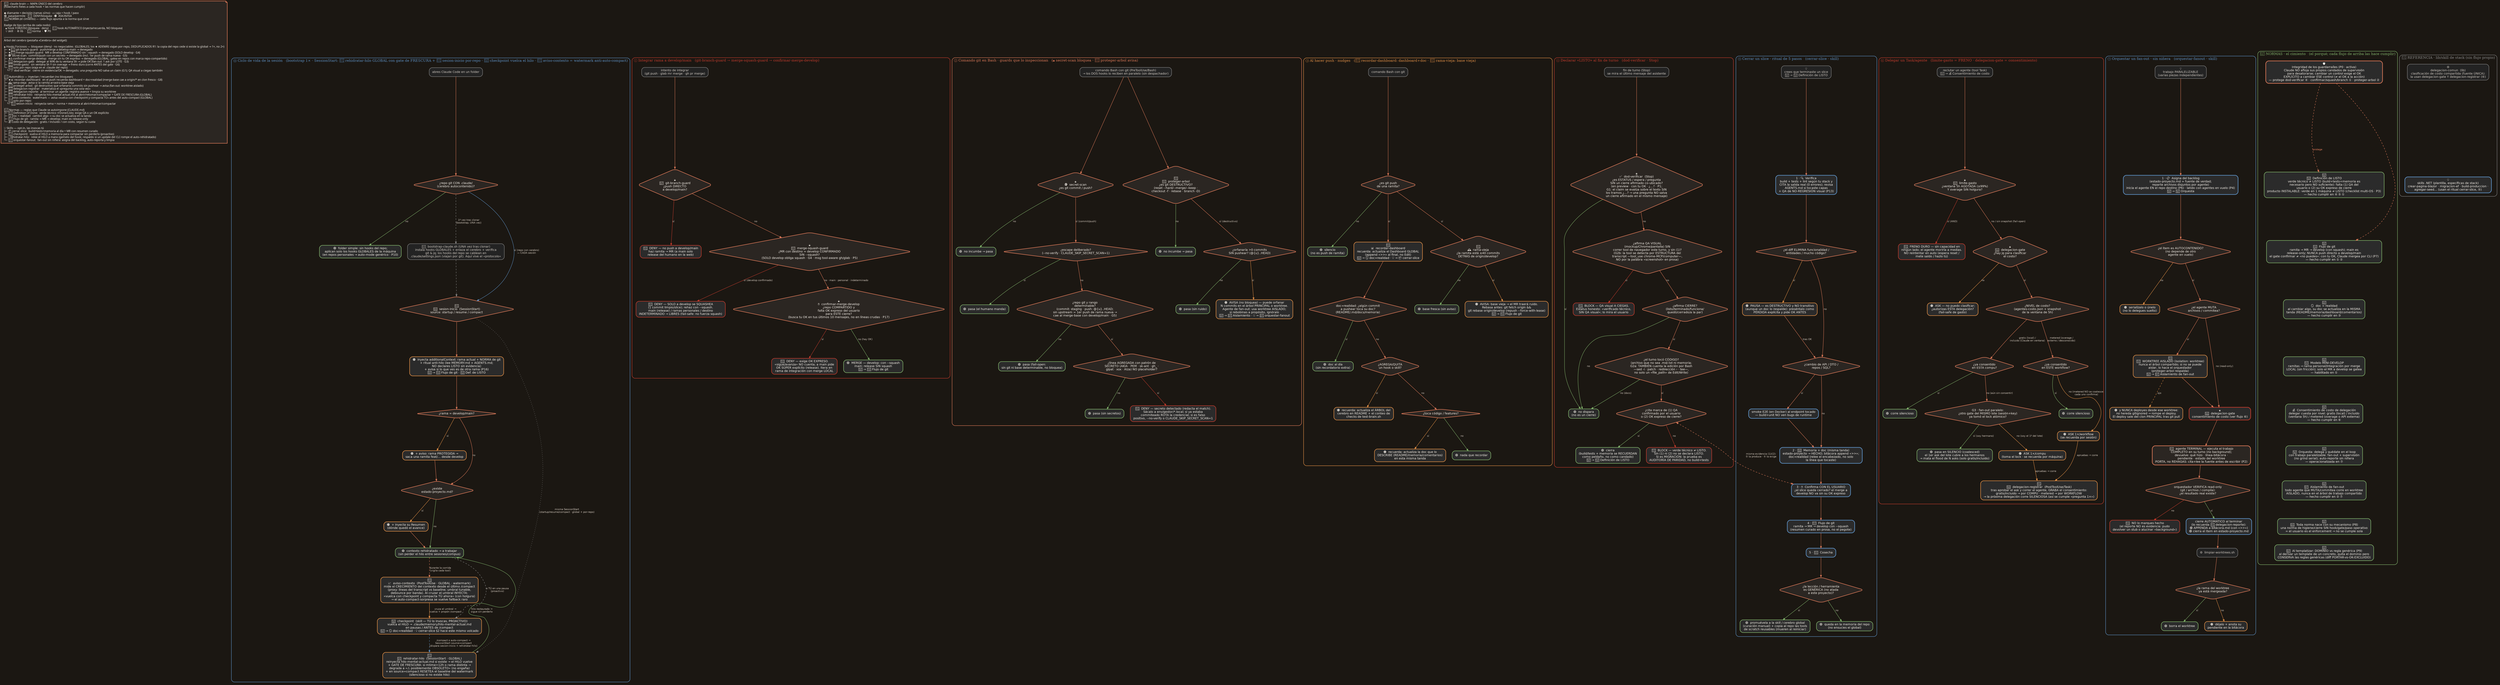
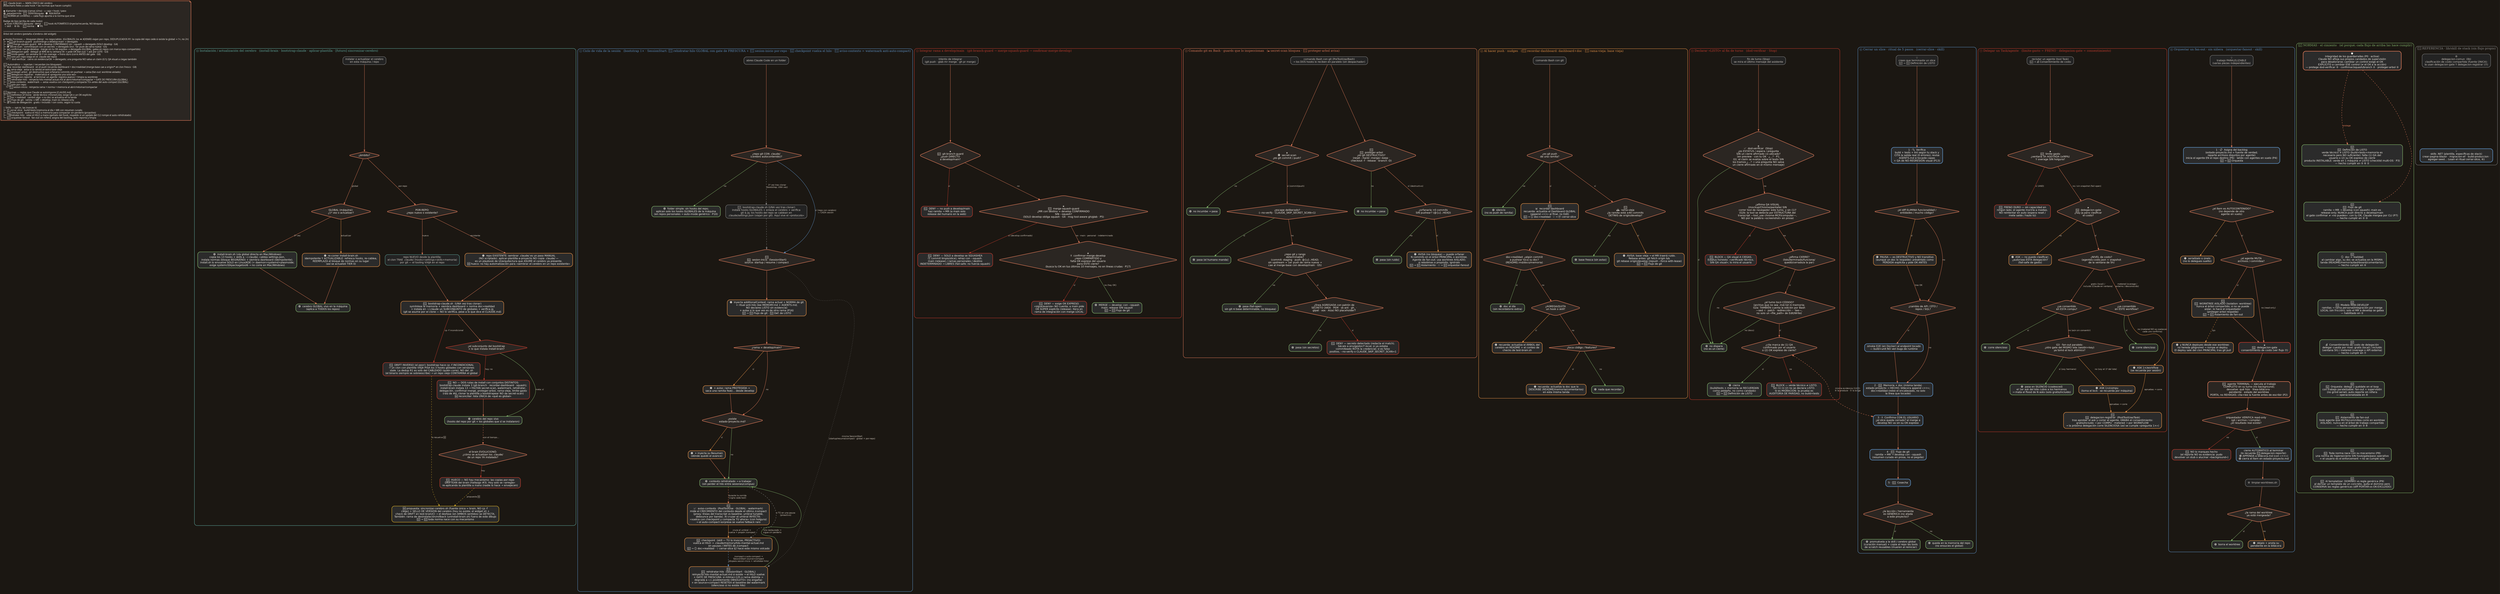
// Mapa del cerebro claude-brain — MAPA ÚNICO (fuente de verdad; el .graphml de yEd se genera de aquí).
- // Contiene TODO: los flowcharts de decisión (⓪–⑦, fieles a la lógica real de cada hook leída del .sh)
+ // Contiene TODO: los flowcharts de decisión (⓪–⑧, fieles a la lógica real de cada hook leída del .sh)
// + las NORMAS que hacen cumplir (el cimiento) + la referencia de lib/skill de stack.
// diamante = decisión con ramas sí/no · caja = hook/paso · 🟢 pasa · 🔴 DENY · 🟠 ASK/AVISA · 📜 norma.
- // Familias: sesión (⓪) · git (①②③) · «terminado» (④⑤) · delegación (⑥⑦).
+ // Familias: instalación (⓪) · sesión (①) · git (②③④) · «terminado» (⑤⑥) · delegación (⑦⑧).
// El ancho del render de Graphviz NO importa: en yEd se acomoda POR FLUJO (no en una tira).
// Lenguaje visual del README/widget.  Render: dot -Tpng docs/mapa-flujos.dot -o docs/mapa-flujos.png
digraph flujos {
  rankdir=TB;
  bgcolor="#1B1712";
  compound=true;
  nodesep=0.35;
  ranksep=0.55;
  splines=true;
  node [shape=box style="rounded,filled" fillcolor="#2B2B2B" fontcolor="#F2EDE6"
        fontname="Helvetica" fontsize=12 margin="0.16,0.09" penwidth=2];
  edge [color="#D97757" fontcolor="#C9BFB4" fontname="Helvetica" fontsize=10 penwidth=1.3 arrowsize=0.8];

  LEG [shape=note fillcolor="#2B2622" color="#D97757" penwidth=2 fontcolor="#F2EDE6" fontname="Menlo" fontsize=11
       label="🧠  claude-brain — MAPA ÚNICO del cerebro\l(flowcharts fieles a cada hook + las normas que hacen cumplir)\l\l◆ diamante = decisión (ramas sí/no) · ▭ caja = hook / paso\l🟢  pasa/permite · 🔴  DENY/bloquea · 🟠  ASK/AVISA\l📜 NORMA (el cimiento) — cada flujo apunta a la norma que sirve\l\lBadge de tipo (arriba de cada nodo):\l  🔒 hook FORZOSO (bloquea · deny)  ·  🔔 hook AUTOMÁTICO (inyecta/recuerda, NO bloquea)\l  💡 skill  ·  ⚙ lib  ·  📜 norma  ·  🛡 P0\l\l────────────────────────────────────────────────────────\lÁrbol del cerebro (pestaña «Cerebro» del widget):\l\l🔒 Hooks Forzosos — bloquean (deny) · no negociables  (GLOBALES; los ★ ADEMÁS viajan por-repo, DEDUPLICADOS R1: la copia del repo cede si existe la global → 1×, no 2×)\l├─ ★🚧 git-branch-guard:  push/merge a develop·main → denegado\l├─ ★🔗 merge-squash-guard:  MR a develop CONFIRMADO sin --squash → denegado (SOLO develop · G4)\l├─ 🕵️ secret-scan:  commit/push con un secreto → denegado (incl. 1er push de rama nueva · G5)\l├─ ★✋ confirmar-merge-develop:  merge sin tu OK expreso → denegado (GLOBAL; gatea en repos con marca repo-compartido)\l├─ 💸 delegacion-gate:  delegar al 90% de tu ventana 5h → pide OK (fan-out: 1 ask por LOTE · G3)\l├─ 🛑 limite-gasto:  sin ventana 5h Y sin overage → freno duro (corre ANTES del gate · G6)\l└─ 📁 solo por-repo (viaja en el .claude del repo):\l   └─ ✅ dod-verificar:  cierre sin evidencia/OK → denegado; una pregunta NO salva un claim (G1); QA visual a ciegas también\l\l🔔 Automático — inyectan / recuerdan (no bloquean)\l├─ ★📊 recordar-dashboard:  en el push recuerda dashboard + doc=realidad (merge-base cae a origin/* en clon fresco · G8)\l├─ 🕰️ rama-vieja:  avisa si la ramita arrastra base vieja\l├─ 🌳 proteger-arbol:  git destructivo que orfanaría commits sin pushear → avisa (fan-out: worktree aislado)\l├─ 📝 delegacion-registrar:  materializa el «pregunta una sola vez»\l├─ 📮 delegacion-reporte:  al terminar un agente: registra avance + limpia su worktree\l├─ 🧵 rehidratar-hilo:  reinyecta hilo-mental-actual.md al abrir/retomar/compactar + GATE DE FRESCURA (GLOBAL)\l├─ 📈 aviso-contexto:  watermark — avisa «vuelca con checkpoint y compacta TÚ» antes del auto-compact (GLOBAL)\l└─ 📁 solo por-repo:\l   └─ 🧭 sesion-inicio:  reinyecta rama + norma + memoria al abrir/retomar/compactar\l\l📜 Normas — reglas que Claude se autoimpone (CLAUDE.md)\l├─ 🎯 Definition of Done:  verde técnico ≠ Done/Listo; exige QA o un OK explícito\l├─ 🪞 Doc = realidad:  cambió algo → su doc se actualiza en la tanda\l├─ 🌿 Flujo de git:  ramita → MR → develop; main es release-only\l└─ 💰 Costo de delegación:  gratis / incluido / con costo, según tu cuota\l\l💡 Skills — opt-in, las invocas tú\l├─ 📦 cerrar-slice:  build+tests+memoria al día + MR con resumen curado\l├─ 💾 checkpoint:  vuelca el HILO a memoria para compactar sin perderlo (proactivo)\l├─ 💧 rehidratar-hilo:  relee el HILO a mano (gemelo del hook; respaldo si un update del CLI rompe el auto-rehidratado)\l└─ 🧵 orquestar-fanout:  fan-out sin niñera: asigna del backlog, auto-reporta y limpia\l"];

-   // ===================== ⓪ CICLO DE VIDA DE LA SESIÓN =====================
+   // ===================== ⓪ INSTALACIÓN / ACTUALIZACIÓN DEL CEREBRO =====================
+   subgraph cluster_f8 {
+     label="⓪ Instalación / actualización del cerebro   (install-brain · bootstrap-claude · aplicar-plantilla · [futuro] sincronizar-cerebro)";
+     labeljust="l"; fontcolor="#5FA89E"; fontsize=14; color="#5FA89E"; style="rounded"; penwidth=1.6; margin=16;
+ 
+     I8_IN [shape=box color="#8A8A8A" fillcolor="#232323" fontcolor="#CFC8C0" penwidth=1.5 label="instalar o actualizar el cerebro\nen esta máquina / repo"];
+     I8_AMBITO [shape=diamond fillcolor="#2B2622" color="#D97757" penwidth=2 label="¿ámbito?"];
+ 
+     // --- GLOBAL (máquina) ---
+     I8_GVEZ [shape=diamond fillcolor="#2B2622" color="#D97757" penwidth=2 label="GLOBAL (máquina):\n¿1ª vez o actualizar?"];
+     I8_GINST [color="#7FB069" label="🟢  install-brain.sh (vía global directa en Mac/Windows)\ncopia los 13 hooks + skills a ~/.claude/, cablea settings.json,\ninstala normas (bloque BEGIN/END) + siembra dashboard (idempotente).\ninstall.sh lo envuelve SOLO en Linux/KDE (+ daemon+systemd+plasmoide;\nexige systemctl/kpackagetool6 → no corre en Mac/Windows)"];
+     I8_GUPD [color="#E08E45" label="🟠  re-correr install-brain.sh\nidempotente Y ACTUALIZABLE: refresca hooks, re-cablea,\nREEMPLAZA el bloque de normas en su lugar\n(así se actualizó TIER 0)"];
+     I8_GLIVE [color="#7FB069" label="🟢  cerebro GLOBAL vivo en la máquina\n(aplica a TODOS los repos)"];
+ 
+     // --- POR-REPO (viaja por git) ---
+     I8_RTIPO [shape=diamond fillcolor="#2B2622" color="#D97757" penwidth=2 label="POR-REPO:\n¿repo nuevo o existente?"];
+     I8_CLON [color="#5FA89E" fillcolor="#232323" fontcolor="#CFC8C0" penwidth=1.5 label="repo NUEVO desde la plantilla:\nel clon TRAE .claude/ (hooks+settings+skills+memoria)\npor git — el tooling VIAJA en el repo"];
+     I8_APLICA [color="#E08E45" label="🟠  repo EXISTENTE: sembrar .claude/ es un paso MANUAL\n(NO scriptado). aplicar-plantilla-a-proyecto NO copia .claude/ —\nes un playbook de UI/arquitectura que ASUME el cerebro ya presente.\n🆕 hueco: no hay automatización para «sembrar el cerebro en un repo existente»"];
+     I8_BOOT [color="#E08E45" label="🔔  bootstrap-claude.sh  (UNA vez tras clonar)\nsymlinkea la memoria + siembra dashboard + norma doc=realidad\n+ instala en ~/.claude un SUBCONJUNTO de globales + verifica jq\n(git se asume por el clone — NO lo verifica, pese a lo que dice el CLAUDE.md)"];
+     I8_INV [color="#C0392B" label="🔴  DRIFT INVERSO (el peor): bootstrap hace cp -f INCONDICIONAL\n→ un clon con plantilla VIEJA PISA los 3 hooks globales con versiones\nstale. La dedup R1 es solo del CABLEADO (quién corre), NO del .sh\n(el binario siempre se sobreescribe) → un repo viejo CONTAMINA el global"];
+     I8_WARN [shape=diamond fillcolor="#2B2622" color="#C0392B" penwidth=2 label="¿el subconjunto del bootstrap\n= lo que instala install-brain?"];
+     I8_DIV [color="#C0392B" label="🔴  NO — DOS rutas de install con conjuntos DISTINTOS:\nbootstrap-claude instala 3 (git-branch · recordar-dashboard · squash);\ninstall-brain instala 13 → FALTAN secret-scan, watermark, rehidratar,\ndelegación, confirmar-merge, proteger-arbol, rama-vieja, limite-gasto\n(raíz de #4: clonar la plantilla y bootstrapear NO da secret-scan)\n🆕 reconciliar: lista ÚNICA de «qué es global»"];
+     I8_RLIVE [color="#7FB069" label="🟢  cerebro del repo vivo\n(hooks del repo por git + los globales que sí se instalaron)"];
+ 
+     // --- ACTUALIZACIÓN POR-REPO (el hueco) ---
+     I8_RUPD [shape=diamond fillcolor="#2B2622" color="#D97757" penwidth=2 label="el brain EVOLUCIONÓ:\n¿cómo se actualizan los .claude/\nde un repo YA instalado?"];
+     I8_HUECO [color="#C0392B" label="🔴  HUECO — NO hay mecanismo: las copias por-repo\nDRIFTEAN del brain (hallazgo #3). Hoy solo se «arregla»\nre-aplicando la plantilla a mano (nadie lo hace → envejecen)"];
+     I8_FIX [color="#C9A227" label="🆕 propuesta: sincronizar-cerebro.sh (fuente única = brain, NO cp -f\nciego) + SELLO DE VERSIÓN del cerebro (hoy no existe; el widget sí) +\ncheck de DRIFT en test-brain/CI → el desfase (en AMBOS sentidos) se DETECTA.\nTambién: rama de desinstalación/rollback (uninstall-brain.sh) fuera de este dibujo\n📜 → 🧩 toda norma nace con su mecanismo"];
+ 
+     I8_IN -> I8_AMBITO;
+     I8_AMBITO -> I8_GVEZ  [label="global"];
+     I8_AMBITO -> I8_RTIPO [label="por-repo"];
+     I8_GVEZ -> I8_GINST [label="1ª vez"];
+     I8_GVEZ -> I8_GUPD  [label="actualizar" color="#E08E45"];
+     I8_GINST -> I8_GLIVE;
+     I8_GUPD -> I8_GLIVE;
+     I8_RTIPO -> I8_CLON   [label="nuevo"];
+     I8_RTIPO -> I8_APLICA [label="existente"];
+     I8_CLON -> I8_BOOT;
+     I8_APLICA -> I8_BOOT;
+     I8_BOOT -> I8_WARN;
+     I8_BOOT -> I8_INV   [label="cp -f incondicional" color="#C0392B"];
+     I8_INV -> I8_FIX    [label="lo resuelve 🆕" color="#C9A227" style=dashed];
+     I8_WARN -> I8_DIV   [label="hoy: no" color="#C0392B"];
+     I8_WARN -> I8_RLIVE [label="meta: sí" color="#7FB069"];
+     I8_DIV -> I8_RLIVE;
+     I8_RLIVE -> I8_RUPD [label="con el tiempo…" style=dashed];
+     I8_RUPD -> I8_HUECO [label="hoy" color="#C0392B"];
+     I8_HUECO -> I8_FIX  [label="propuesta 🆕" color="#C9A227" style=dashed];
+   }
+ 
+   // ===================== ① CICLO DE VIDA DE LA SESIÓN =====================
  subgraph cluster_f0 {
-     label="⓪ Ciclo de vida de la sesión   (bootstrap 1× · SessionStart: 🔔 rehidratar-hilo GLOBAL con gate de FRESCURA + 🔔 sesion-inicio por-repo · 💾 checkpoint vuelca el hilo · 🔔 aviso-contexto = watermark anti-auto-compact)";
+     label="① Ciclo de vida de la sesión   (bootstrap 1× · SessionStart: 🔔 rehidratar-hilo GLOBAL con gate de FRESCURA + 🔔 sesion-inicio por-repo · 💾 checkpoint vuelca el hilo · 🔔 aviso-contexto = watermark anti-auto-compact)";
    labeljust="l"; fontcolor="#5B8DBF"; fontsize=14; color="#5B8DBF"; style="rounded"; penwidth=1.6; margin=16;

    Z_OPEN [shape=box color="#8A8A8A" fillcolor="#232323" fontcolor="#CFC8C0" penwidth=1.5 label="abres Claude Code en un folder"];
    Z_GIT  [shape=diamond fillcolor="#2B2622" color="#D97757" penwidth=2 label="¿repo git CON .claude/\n(cerebro autocontenido)?"];
    Z_PLAIN [color="#7FB069" label="🟢  folder simple: sin hooks del repo;\naplican solo los hooks GLOBALES de la máquina\n(en repos personales → auto-mode genérico · P10)"];
    Z_BOOT [color="#8A8A8A" fillcolor="#232323" fontcolor="#CFC8C0" penwidth=1.5 label="🔧  bootstrap-claude.sh (UNA vez tras clonar)\ninstala hooks GLOBALES + enlaza el cerebro + verifica\ngit & jq; los hooks del repo se cablean en\n.claude/settings.json (viajan por git). Aquí vive el «protocolo»"];

    Z_START [shape=diamond fillcolor="#2B2622" color="#D97757" penwidth=2 label="🔔\n🧭  sesion-inicio  (SessionStart)\nsource: startup / resume / compact"];
    Z_INJECT [color="#E08E45" label="🟠  inyecta additionalContext: rama actual + NORMA de git\n+ ritual anti-hilo (lee MEMORY.md + AGENTS.md;\nNO declares LISTO sin evidencia)\n+ avisa si lo que ves es de otra rama (P16)\n📜 → 🌿 Flujo de git · 🎯 Def. de LISTO"];
    Z_PROT [shape=diamond fillcolor="#2B2622" color="#D97757" penwidth=2 label="¿rama = develop/main?"];
    Z_PROTW [color="#E08E45" label="🟠  + aviso: rama PROTEGIDA →\nsaca una ramita feat/… desde develop"];
    Z_EST [shape=diamond fillcolor="#2B2622" color="#D97757" penwidth=2 label="¿existe\nestado-proyecto.md?"];
    Z_ESTW [color="#E08E45" label="🟠  + inyecta su Resumen\n(dónde quedó el avance)"];
    Z_READY [color="#7FB069" label="🟢  contexto rehidratado → a trabajar\n(sin perder el hilo entre sesiones/compus)"];

    Z_AVISO [color="#E08E45" label="🔔\n📈  aviso-contexto  (PostToolUse · GLOBAL · watermark)\nmide el CRECIMIENTO del contexto desde el último /compact\n(proxy: líneas del transcript vs baseline; umbral tunable,\ndebounce por banda). Al cruzar el umbral INYECTA:\n«vuelca con checkpoint y compacta TÚ ahora» (con holgura)\n→ el auto-compact-sorpresa se vuelve fallback raro"];
    Z_CHECK [color="#E08E45" label="💾  checkpoint  (skill — TÚ lo invocas, PROACTIVO)\nvuelca el HILO → .claude/memory/hilo-mental-actual.md\nen pausas / ANTES de /compact\n📜 → 🪞 doc=realidad · 💡 cerrar-slice §2 hace este mismo volcado"];
    Z_REHID [color="#E08E45" label="🔔\n🧵  rehidratar-hilo  (SessionStart · GLOBAL)\nreinyecta hilo-mental-actual.md si existe → el HILO vuelve\n+ GATE DE FRESCURA: si mtime>12h o rama distinta →\ndegrada a «⚠️ posiblemente OBSOLETO» (no engaña)\n+ en source=compact RESETEA el baseline del watermark\n(silencioso si no existe hilo)"];

    Z_OPEN -> Z_GIT;
    Z_GIT -> Z_PLAIN [label="no" color="#7FB069"];
    Z_GIT -> Z_BOOT  [label="1ª vez tras clonar\n(bootstrap, UNA vez)" style=dashed color="#8A8A8A"];
    Z_GIT -> Z_START [label="sí (repo con cerebro)\n— CADA sesión" color="#5B8DBF"];
    Z_BOOT -> Z_START [style=dashed color="#8A8A8A"];
    Z_START -> Z_INJECT;
    Z_INJECT -> Z_PROT;
    Z_PROT -> Z_PROTW [label="sí" color="#E08E45"];
    Z_PROT -> Z_EST   [label="no"];
    Z_PROTW -> Z_EST;
    Z_EST -> Z_ESTW  [label="sí" color="#E08E45"];
    Z_EST -> Z_READY [label="no" color="#7FB069"];
    Z_ESTW -> Z_READY;
    Z_READY -> Z_AVISO [label="durante la corrida\n(vigila cada tool)" style=dashed];
    Z_AVISO -> Z_CHECK [label="cruza el umbral →\nvuelca + propón /compact" color="#E08E45"];
    Z_READY -> Z_CHECK [label="o TÚ en una pausa\n(proactivo)" style=dashed color="#8A8A8A" constraint=false];
    Z_CHECK -> Z_REHID [label="/compact o auto-compact →\nSessionStart source=compact\n(dispara sesion-inicio + rehidratar-hilo)" style=dashed color="#5B8DBF"];
    Z_REHID -> Z_READY [label="hilo restaurado →\nsigue sin perderlo" color="#7FB069" constraint=false];
    Z_START -> Z_REHID [label="misma SessionStart\n(startup/resume/compact · global + por-repo)" style=dotted color="#8A8A8A" constraint=false];
  }

-   // ===================== ① INTEGRAR a develop/main =====================
+   // ===================== ② INTEGRAR a develop/main =====================
  subgraph cluster_f1 {
-     label="① Integrar rama a develop/main   (git-branch-guard → merge-squash-guard → confirmar-merge-develop)";
+     label="② Integrar rama a develop/main   (git-branch-guard → merge-squash-guard → confirmar-merge-develop)";
    labeljust="l"; fontcolor="#C0392B"; fontsize=14; color="#C0392B"; style="rounded"; penwidth=1.6; margin=16;

    G1_IN  [shape=box color="#8A8A8A" fillcolor="#232323" fontcolor="#CFC8C0" penwidth=1.5 label="intento de integrar\n(git push · glab mr merge · gh pr merge)"];
    G1_D1  [shape=diamond fillcolor="#2B2622" color="#D97757" penwidth=2 label="🔒\n🚧  git-branch-guard\n¿push DIRECTO\na develop/main?"];
    G1_DENY1 [color="#C0392B" label="🔴  DENY — no push a develop/main\nhaz ramita → MR (a main solo\nrelease del humano en la web)"];
    G1_D2  [shape=diamond fillcolor="#2B2622" color="#D97757" penwidth=2 label="🔒\n🔗  merge-squash-guard\n¿MR con destino = develop CONFIRMADO\nSIN --squash?\n(SOLO develop obliga squash · G4 · msg tool-aware gh/glab · P5)"];
    G1_DENY2 [color="#C0392B" label="🔴  DENY — SOLO a develop se SQUASHEA\n(1 commit limpio/slice); rehaz con --squash.\nmain (release) / ramas personales / destino\nINDETERMINADO → LIBRES (fail-safe: no fuerza squash)"];
    G1_D3  [shape=diamond fillcolor="#2B2622" color="#D97757" penwidth=2 label="🔒\n✋  confirmar-merge-develop\n¿repo COMPARTIDO y\nfalta OK expreso del usuario\npara ESTE cierre?\n(busca tu OK en tus últimos 10 mensajes, no en líneas crudas · P17)"];
    G1_DENY3 [color="#C0392B" label="🔴  DENY — exige OK EXPRESO.\n«sigue/avanza» NO cuenta; a main pide\nOK SÚPER explícito (release). Itera en\nrama de integración con merge LOCAL"];
    G1_OK  [color="#7FB069" label="🟢  MERGE — develop: con --squash\nmain: release SIN squash\n📜 → 🌿 Flujo de git"];

    G1_IN -> G1_D1;
    G1_D1 -> G1_DENY1 [label="sí" color="#C0392B"];
    G1_D1 -> G1_D2    [label="no"];
    G1_D2 -> G1_DENY2 [label="sí (develop confirmado)" color="#C0392B"];
    G1_D2 -> G1_D3    [label="no · main · personal · indeterminado"];
    G1_D3 -> G1_DENY3 [label="sí" color="#C0392B"];
    G1_D3 -> G1_OK    [label="no (hay OK)" color="#7FB069"];
  }

-   // ===================== ② COMANDO GIT EN BASH — dos guards PARALELOS e independientes ==========
+   // ===================== ③ COMANDO GIT EN BASH — dos guards PARALELOS e independientes ==========
  // secret-scan (🔒 bloquea) y proteger-arbol (🔔 avisa) son DOS PreToolUse/Bash separados que reciben
  // la MISMA entrada; NO hay despachador — cada hook filtra por su cuenta si el comando le incumbe.
  subgraph cluster_f2 {
-     label="② Comando git en Bash · guards que lo inspeccionan   (🔒 secret-scan bloquea · 🔔 proteger-arbol avisa)";
+     label="③ Comando git en Bash · guards que lo inspeccionan   (🔒 secret-scan bloquea · 🔔 proteger-arbol avisa)";
    labeljust="l"; fontcolor="#D97757"; fontsize=14; color="#D97757"; style="rounded"; penwidth=1.6; margin=16;

    GG_IN   [shape=box color="#8A8A8A" fillcolor="#232323" fontcolor="#CFC8C0" penwidth=1.5 label="comando Bash con git (PreToolUse/Bash)\n→ los DOS hooks lo reciben en paralelo (sin despachador)"];

    // --- rama secret-scan (🔒 bloquea) — filtra POR SÍ MISMO si es commit/push ---
    S_IS  [shape=diamond fillcolor="#2B2622" color="#D97757" penwidth=2 label="🔒\n🕵  secret-scan\n¿es git commit / push?"];
    S_NA  [color="#7FB069" label="🟢  no incumbe → pasa"];
    S_D2  [shape=diamond fillcolor="#2B2622" color="#D97757" penwidth=2 label="¿escape deliberado?\n(--no-verify · CLAUDE_SKIP_SECRET_SCAN=1)"];
    S_PASA2 [color="#7FB069" label="🟢  pasa (el humano manda)"];
    S_D3  [shape=diamond fillcolor="#2B2622" color="#D97757" penwidth=2 label="¿repo git y rango\ndeterminable?\n(commit: staging · push: @{u}..HEAD;\nsin upstream = 1er push de rama nueva →\ncae al merge-base con develop/main · G5)"];
    S_PASA3 [color="#7FB069" label="🟢  pasa (fail-open:\nsin git ni base determinable, no bloquea)"];
    S_D4  [shape=diamond fillcolor="#2B2622" color="#D97757" penwidth=2 label="¿línea AGREGADA con patrón de\nSECRETO (AKIA · PEM · sk-ant · gh_ ·\nglpat · xox · AIza) NO placeholder?"];
    S_PASA4 [color="#7FB069" label="🟢  pasa (sin secretos)"];
    S_DENY [color="#C0392B" label="🔴  DENY — secreto detectado (redacta el match).\nSácalo a env/gestor/*.local; si ya estaba\ncommiteado ROTA la credencial; si es falso\npositivo, --no-verify o CLAUDE_SKIP_SECRET_SCAN=1"];

    // --- rama proteger-arbol (🔔 avisa) — filtra POR SÍ MISMO si es destructivo ---
    A_IS  [shape=diamond fillcolor="#2B2622" color="#D97757" penwidth=2 label="🔔\n🌳  proteger-arbol\n¿es git DESTRUCTIVO?\n(reset --hard/--merge/--keep ·\ncheckout -f · rebase · branch -D)"];
    A_NA  [color="#7FB069" label="🟢  no incumbe → pasa"];
    A_D2  [shape=diamond fillcolor="#2B2622" color="#D97757" penwidth=2 label="¿orfanaría >0 commits\nSIN pushear? (@{u}..HEAD)"];
    A_PASA [color="#7FB069" label="🟢  pasa (sin ruido)"];
    A_WARN [color="#E08E45" label="🟠  AVISA (no bloquea) — puede orfanar\nN commits en el árbol PRINCIPAL o worktree.\nAgente de fan-out: usa worktree AISLADO;\nsi rebobinas a propósito, ignóralo\n📜 → 🧱 Aislamiento · 💡 → 🧵 orquestar-fanout"];

    GG_IN -> S_IS;   // los dos hooks reciben la MISMA entrada, en paralelo
    GG_IN -> A_IS;

    S_IS -> S_NA [label="no" color="#7FB069"];
    S_IS -> S_D2 [label="sí (commit/push)"];
    S_D2 -> S_PASA2 [label="sí" color="#7FB069"];
    S_D2 -> S_D3    [label="no"];
    S_D3 -> S_PASA3 [label="no" color="#7FB069"];
    S_D3 -> S_D4    [label="sí"];
    S_D4 -> S_PASA4 [label="no" color="#7FB069"];
    S_D4 -> S_DENY  [label="sí" color="#C0392B"];

    A_IS -> A_NA [label="no" color="#7FB069"];
    A_IS -> A_D2 [label="sí (destructivo)"];
    A_D2 -> A_PASA [label="no" color="#7FB069"];
    A_D2 -> A_WARN [label="sí" color="#E08E45"];
  }

-   // ===================== ③ AL HACER PUSH — nudges (recordar-dashboard + rama-vieja) =====================
+   // ===================== ④ AL HACER PUSH — nudges (recordar-dashboard + rama-vieja) =====================
  subgraph cluster_f3 {
-     label="③ Al hacer push · nudges   (🔔 recordar-dashboard: dashboard+doc · 🔔 rama-vieja: base vieja)";
+     label="④ Al hacer push · nudges   (🔔 recordar-dashboard: dashboard+doc · 🔔 rama-vieja: base vieja)";
    labeljust="l"; fontcolor="#E08E45"; fontsize=14; color="#E08E45"; style="rounded"; penwidth=1.6; margin=16;

    G6_IN  [shape=box color="#8A8A8A" fillcolor="#232323" fontcolor="#CFC8C0" penwidth=1.5 label="comando Bash con git"];
    G6_PUSH [shape=diamond fillcolor="#2B2622" color="#D97757" penwidth=2 label="¿es git push\nde una ramita?"];
    G6_SIL [color="#7FB069" label="🟢  silencio\n(no es push de ramita)"];

    // --- rama recordar-dashboard ---
    G6_DASH [color="#E08E45" label="🔔\n📊  recordar-dashboard\nrecuerda: actualiza el Dashboard GLOBAL\n(append «>>» al final, no Edit)\n📜 → 🪞 doc=realidad · 💡 → 📦 cerrar-slice"];
    G6_D2  [shape=diamond fillcolor="#2B2622" color="#D97757" penwidth=2 label="doc=realidad: ¿algún commit\na pushear toca su doc?\n(README/.md/docs/memoria)"];
    G6_OK  [color="#7FB069" label="🟢  doc al día\n(sin recordatorio extra)"];
    G6_D3  [shape=diamond fillcolor="#2B2622" color="#D97757" penwidth=2 label="¿AGREGA/QUITA\nun hook o skill?"];
    G6_HOOK [color="#E08E45" label="🟠  recuerda: actualiza el ÁRBOL del\ncerebro en README + el conteo de\nchecks de test-brain.sh"];
    G6_D4  [shape=diamond fillcolor="#2B2622" color="#D97757" penwidth=2 label="¿toca código / features?"];
    G6_CODE [color="#E08E45" label="🟠  recuerda: actualiza la doc que lo\nDESCRIBE (README/memoria/comentarios)\nen esta misma tanda"];
    G6_NA  [color="#7FB069" label="🟢  nada que recordar"];

    // --- rama rama-vieja ---
    G6_RV  [shape=diamond fillcolor="#2B2622" color="#D97757" penwidth=2 label="🔔\n🕰  rama-vieja\n¿la ramita está ≥40 commits\nDETRÁS de origin/develop?"];
    G6_RV_OK [color="#7FB069" label="🟢  base fresca (sin aviso)"];
    G6_RV_WARN [color="#E08E45" label="🟠  AVISA: base vieja → el MR traerá ruido.\nRebasa antes: git fetch origin &&\ngit rebase origin/develop (repush --force-with-lease)\n📜 → 🌿 Flujo de git"];

    G6_IN -> G6_PUSH;
    G6_PUSH -> G6_SIL  [label="no" color="#7FB069"];
    G6_PUSH -> G6_DASH [label="sí"];
    G6_PUSH -> G6_RV   [label="sí"];
    G6_DASH -> G6_D2;
    G6_D2 -> G6_OK   [label="sí" color="#7FB069"];
    G6_D2 -> G6_D3   [label="no"];
    G6_D3 -> G6_HOOK [label="sí" color="#E08E45"];
    G6_D3 -> G6_D4   [label="no"];
    G6_D4 -> G6_CODE [label="sí" color="#E08E45"];
    G6_D4 -> G6_NA   [label="no" color="#7FB069"];
    G6_RV -> G6_RV_OK   [label="no" color="#7FB069"];
    G6_RV -> G6_RV_WARN [label="sí" color="#E08E45"];
  }

-   // ===================== ④ DECLARAR «LISTO» al fin de turno (dod-verificar · Stop) =====================
+   // ===================== ⑤ DECLARAR «LISTO» al fin de turno (dod-verificar · Stop) =====================
  subgraph cluster_f4 {
-     label="④ Declarar «LISTO» al fin de turno   (dod-verificar · Stop)";
+     label="⑤ Declarar «LISTO» al fin de turno   (dod-verificar · Stop)";
    labeljust="l"; fontcolor="#C0392B"; fontsize=14; color="#C0392B"; style="rounded"; penwidth=1.6; margin=16;

    G2_IN  [shape=box color="#8A8A8A" fillcolor="#232323" fontcolor="#CFC8C0" penwidth=1.5 label="fin de turno (Stop)\nse mira el último mensaje del asistente"];
    G2_D0  [shape=diamond fillcolor="#2B2622" color="#D97757" penwidth=2 label="🔒\n✅  dod-verificar  (Stop)\n¿es ESTATUS / espera / pregunta\nSIN un cierre afirmado co-ubicado?\n(en preview · con tu OK · ¿…? · P1;\nG1: el claim se evalúa sobre el texto SIN\nlos tramos ¿…? → una pregunta NO salva\nun cierre afirmado en el mismo mensaje)"];
    G2_ESC [color="#7FB069" label="🟢  no dispara\n(no es un cierre)"];
    G2_D1  [shape=diamond fillcolor="#2B2622" color="#D97757" penwidth=2 label="¿afirma QA VISUAL\n(mockup/Chrome/pantalla) SIN\ncorrer tool de navegador este turno, y sin (1)?\n(G2b: la tool se detecta por ESTRUCTURA del\ntranscript —tool_use chrome-MCP/computer—,\nNO por la palabra «screenshot» en prosa)"];
    G2_VIS [color="#C0392B" label="🔴  BLOCK — QA visual A CIEGAS.\nEstatus honesto: «verificado técnico,\nSIN QA visual»; lo mira el usuario"];
    G2_D2  [shape=diamond fillcolor="#2B2622" color="#D97757" penwidth=2 label="¿afirma CIERRE?\n(listo/terminado/funciona/\nquedó/cerrado/a la par)"];
    G2_D3  [shape=diamond fillcolor="#2B2622" color="#D97757" penwidth=2 label="¿el turno tocó CÓDIGO?\n(archivo que no sea .md/.txt ni memoria;\nG2a: TAMBIÉN cuenta la edición por Bash\n—sed -i · patch · redirección › · tee—,\nno solo un «file_path» de Edit/Write)"];
    G2_D4  [shape=diamond fillcolor="#2B2622" color="#D97757" penwidth=2 label="¿cita marca de (1) QA\nconfirmado por el usuario\no (2) OK expreso de cierre?"];
    G2_OK  [color="#7FB069" label="🟢  cierra\n(build/tests + memoria se RECUERDAN\ncomo peldaño, no como candado)\n📜 → 🎯 Definición de LISTO"];
    G2_DENY [color="#C0392B" label="🔴  BLOCK — verde técnico ≠ LISTO.\nSin (1) ni (2) no se declara LISTO.\nSi es MIGRACIÓN: la prueba es\nAUDITORÍA DE PARIDAD, no build+tests"];

    G2_IN -> G2_D0;
    G2_D0 -> G2_ESC [label="sí" color="#7FB069"];
    G2_D0 -> G2_D1  [label="no"];
    G2_D1 -> G2_VIS [label="sí" color="#C0392B"];
    G2_D1 -> G2_D2  [label="no"];
    G2_D2 -> G2_ESC [label="no" color="#7FB069"];
    G2_D2 -> G2_D3  [label="sí"];
    G2_D3 -> G2_ESC [label="no (docs)" color="#7FB069"];
    G2_D3 -> G2_D4  [label="sí"];
    G2_D4 -> G2_OK   [label="sí" color="#7FB069"];
    G2_D4 -> G2_DENY [label="no" color="#C0392B"];
  }

-   // ===================== ⑤ CERRAR UN SLICE (ritual de 5 pasos · cerrar-slice) =====================
+   // ===================== ⑥ CERRAR UN SLICE (ritual de 5 pasos · cerrar-slice) =====================
  subgraph cluster_f5 {
-     label="⑤ Cerrar un slice · ritual de 5 pasos   (cerrar-slice · skill)";
+     label="⑥ Cerrar un slice · ritual de 5 pasos   (cerrar-slice · skill)";
    labeljust="l"; fontcolor="#5B8DBF"; fontsize=14; color="#5B8DBF"; style="rounded"; penwidth=1.6; margin=16;

    C_IN [shape=box color="#8A8A8A" fillcolor="#232323" fontcolor="#CFC8C0" penwidth=1.5 label="💡\ncrees que terminaste un slice\n📜 → 🎯 Definición de LISTO"];
    C1 [color="#5B8DBF" penwidth=2.5 label="1 · 🔍  Verifica\nbuild + tests + lint según tu stack y\nCITA la salida real (0 errores); revisa\nAGENTS.md si tocaste capas\n+ QA de NO-REGRESIÓN visual (P13)"];
    C_DESTR [shape=diamond fillcolor="#2B2622" color="#D97757" penwidth=2 label="¿el diff ELIMINA funcionalidad /\nentidades / mucho código?"];
    C_PAUSA [color="#E08E45" label="🟠  PAUSA — es DESTRUCTIVO y NO transitivo\n(aunque un doc lo respalde): preséntalo como\nPÉRDIDA explícita y pide OK ANTES"];
    C_API [shape=diamond fillcolor="#2B2622" color="#D97757" penwidth=2 label="¿cambio de API / DTO /\nrepos / SQL?"];
    C_SMOKE [color="#5B8DBF" penwidth=2.5 label="smoke E2E (en Docker) al endpoint tocado\n— build+unit NO ven bugs de runtime"];
    C2 [color="#5B8DBF" penwidth=2.5 label="2 · 📝  Memoria + doc (misma tanda)\nestado-proyecto → HECHO; bitácora append «>>»;\ndoc=realidad (relee el encabezado, no solo\nla línea que tocaste)"];
    C3 [color="#5B8DBF" penwidth=2.5 label="3 · ✋  Confirma CON EL USUARIO\n¿el slice queda cerrado? el merge a\ndevelop NO va sin su OK expreso"];
    C4 [color="#5B8DBF" penwidth=2.5 label="4 · 🔗  Flujo de git\nramita → MR → develop con --squash\n(resumen curado en prosa, no el pegote)"];
    C5 [color="#5B8DBF" penwidth=2.5 label="5 · 🌱  Cosecha"];
    C_GEN [shape=diamond fillcolor="#2B2622" color="#D97757" penwidth=2 label="¿la lección / herramienta\nes GENÉRICA (no atada\na este proyecto)?"];
    C_PROM [color="#7FB069" label="🟢  promuévela a la skill / cerebro global\n(curación manual) + copia al repo las tools\nde scratch reusables (mueren al reiniciar)"];
    C_LOCAL [color="#7FB069" label="🟢  queda en la memoria del repo\n(no ensucies el global)"];

    C_IN -> C1;
    C1 -> C_DESTR;
    C_DESTR -> C_PAUSA [label="sí" color="#E08E45"];
    C_DESTR -> C_API   [label="no"];
    C_PAUSA -> C_API   [label="tras OK"];
    C_API -> C_SMOKE [label="sí"];
    C_API -> C2      [label="no"];
    C_SMOKE -> C2;
    C2 -> C3 -> C4 -> C5;
    C5 -> C_GEN;
    C_GEN -> C_PROM  [label="sí" color="#7FB069"];
    C_GEN -> C_LOCAL [label="no" color="#7FB069"];
  }

-   // ===================== ⑥ DELEGAR un Task/agente (limite-gasto + delegacion-gate) =====================
+   // ===================== ⑦ DELEGAR un Task/agente (limite-gasto + delegacion-gate) =====================
  subgraph cluster_f6 {
-     label="⑥ Delegar un Task/agente   (limite-gasto = FRENO · delegacion-gate = consentimiento)";
+     label="⑦ Delegar un Task/agente   (limite-gasto = FRENO · delegacion-gate = consentimiento)";
    labeljust="l"; fontcolor="#C0392B"; fontsize=14; color="#C0392B"; style="rounded"; penwidth=1.6; margin=16;

    G3_IN  [shape=box color="#8A8A8A" fillcolor="#232323" fontcolor="#CFC8C0" penwidth=1.5 label="reclutar un agente (tool Task)\n📜 → 💰 Consentimiento de costo"];
    G3_D1  [shape=diamond fillcolor="#2B2622" color="#D97757" penwidth=2 label="🔒\n🛑  limite-gasto\n¿ventana 5h AGOTADA (≥99%)\nY overage SIN holgura?"];
    G3_FRENO [color="#C0392B" label="🔴  FRENO DURO — sin capacidad en\nningún lado; el agente moriría a medias.\nNO reintentar en auto (espera reset /\nmete saldo / hazlo tú)"];
    G3_D2  [shape=diamond fillcolor="#2B2622" color="#D97757" penwidth=2 label="🔒\n💸  delegacion-gate\n¿hay jq para clasificar\nel costo?"];
    G3_ASK0 [color="#E08E45" label="🟠  ASK — no puedo clasificar;\n¿autorizas ESTA delegación?\n(fail-safe de gasto)"];
    G3_NIVEL [shape=diamond fillcolor="#2B2622" color="#D97757" penwidth=2 label="¿NIVEL de costo?\n(agentes-costo.json + snapshot\nde la ventana de 5h)"];
    G3_CG  [shape=diamond fillcolor="#2B2622" color="#D97757" penwidth=2 label="¿ya consentido\nen ESTA compu?"];
    G3_CM  [shape=diamond fillcolor="#2B2622" color="#D97757" penwidth=2 label="¿ya consentido\nen ESTE workflow?"];
    G3_RUN1 [color="#7FB069" label="🟢  corre silencioso"];
    G3_COAL [shape=diamond fillcolor="#2B2622" color="#D97757" penwidth=2 label="G3 · fan-out paralelo:\n¿otro gate del MISMO lote (sesión+key)\nya tomó el lock atómico?"];
    G3_SIL  [color="#7FB069" label="🟢  pasa en SILENCIO (coalesced)\nel 1er ask del lote cubre a los hermanos\n→ mata el flood de N asks (solo gratis/incluido)"];
    G3_ASK1 [color="#E08E45" label="🟠  ASK 1×/compu\n(toma el lock · se recuerda por máquina)"];
    G3_RUN2 [color="#7FB069" label="🟢  corre silencioso"];
    G3_ASK2 [color="#E08E45" label="🟠  ASK 1×/workflow\n(se recuerda por sesión)"];
    G3_REG  [color="#E08E45" label="🔔\n📝  delegacion-registrar  (PostToolUse/Task)\ntras aprobar el ask y correr el agente, GRABA el consentimiento:\ngratis/incluido → por COMPU · metered → por WORKFLOW\n→ la próxima delegación corre SILENCIOSA (así se cumple «pregunta 1×»)"];

    G3_IN -> G3_D1;
    G3_D1 -> G3_FRENO [label="sí (AND)" color="#C0392B"];
    G3_D1 -> G3_D2    [label="no / sin snapshot (fail-open)"];
    G3_D2 -> G3_ASK0  [label="no" color="#E08E45"];
    G3_D2 -> G3_NIVEL [label="sí"];
    G3_NIVEL -> G3_CG [label="gratis (local) /\nincluido (Claude en ventana)"];
    G3_NIVEL -> G3_CM [label="metered (overage /\nexterno / desconocido)"];
    G3_CG -> G3_RUN1 [label="sí" color="#7FB069"];
    G3_CG -> G3_COAL [label="no (aún sin consentir)"];
    G3_COAL -> G3_SIL  [label="sí (soy hermano)" color="#7FB069"];
    G3_COAL -> G3_ASK1 [label="no (soy el 1º del lote)" color="#E08E45"];
    G3_CM -> G3_RUN2 [label="sí" color="#7FB069"];
    G3_CM -> G3_ASK2 [label="no (metered NO se coalesce:\ncada uno confirma)" color="#E08E45"];
    G3_ASK1 -> G3_REG [label="apruebas → corre" color="#E08E45"];
    G3_ASK2 -> G3_REG [label="apruebas → corre" color="#E08E45"];
  }

-   // ===================== ⑦ ORQUESTAR UN FAN-OUT (sin niñera · orquestar-fanout) =====================
+   // ===================== ⑧ ORQUESTAR UN FAN-OUT (sin niñera · orquestar-fanout) =====================
  subgraph cluster_f7 {
-     label="⑦ Orquestar un fan-out · sin niñera   (orquestar-fanout · skill)";
+     label="⑧ Orquestar un fan-out · sin niñera   (orquestar-fanout · skill)";
    labeljust="l"; fontcolor="#5B8DBF"; fontsize=14; color="#5B8DBF"; style="rounded"; penwidth=1.6; margin=16;

    OF_IN [shape=box color="#8A8A8A" fillcolor="#232323" fontcolor="#CFC8C0" penwidth=1.5 label="💡\ntrabajo PARALELIZABLE\n(varias piezas independientes)"];
    OF_1  [color="#5B8DBF" penwidth=2.5 label="1 · 📋  Asigna del backlog\n(estado-proyecto.md = fuente de verdad;\nreparte archivos disjuntos por agente)\ninicia el agente EN el repo destino (P6) · latido con agentes en vuelo (P4)\n📜 → 🎼 Orquesta"];
    OF_DAUTO [shape=diamond fillcolor="#2B2622" color="#D97757" penwidth=2 label="¿el ítem es AUTOCONTENIDO?\n(no depende de otro\nagente en vuelo)"];
    OF_SER [color="#E08E45" label="🟠  serialízalo o únelo\n(no lo delegues suelto)"];
    OF_DMUT [shape=diamond fillcolor="#2B2622" color="#D97757" penwidth=2 label="¿el agente MUTA\narchivos / commitea?"];
    OF_WT [color="#E08E45" label="🔔\n🌳  WORKTREE AISLADO (isolation: worktree)\nnunca el árbol compartido; si no se puede\naislar, lo hace el orquestador\n(proteger-arbol respalda)\n📜 → 🧱 Aislamiento de fan-out"];
    OF_DEPLOY [color="#E08E45" label="🟠  y NUNCA deployes desde ese worktree:\nno hereda gitignored → rompe el deploy.\nEl deploy sale del clon PRINCIPAL tras git pull"];
-     OF_GATE [color="#C0392B" penwidth=2.5 label="🔒\n💸  delegacion-gate\nconsentimiento de costo (ver flujo ⑥)"];
+     OF_GATE [color="#C0392B" penwidth=2.5 label="🔒\n💸  delegacion-gate\nconsentimiento de costo (ver flujo ⑦)"];
    OF_AG [color="#D97757" fillcolor="#2B2622" penwidth=2.5 label="🤖  agente TERMINAL — ejecuta el trabajo\nCOMPLETO en su turno (no background);\ndevuelve: qué hizo · línea-bitácora ·\npendiente · estado del worktree\nPORTA, no REHAGAS: cita+lee la fuente antes de escribir (P2)"];
    OF_DVER [shape=diamond fillcolor="#2B2622" color="#D97757" penwidth=2 label="orquestador VERIFICA read-only\n(git / archivo / compila):\n¿el resultado real existe?"];
    OF_NO [color="#C0392B" label="🔴  NO lo marques hecho\n(el reporte NO es evidencia: pudo\ndevolver un stub o alucinar «background»)"];
    OF_CIERRE [color="#5B8DBF" penwidth=2.5 label="cierre AUTOMÁTICO al terminar\n(lo recuerda 🔔 delegacion-reporte):\n🟢 APPENDA a bitácora.md (con «>>»)\n🟢 cierra el ítem en estado-proyecto.md"];
    OF_WTC [color="#8A8A8A" fillcolor="#232323" fontcolor="#CFC8C0" penwidth=1.5 label="⚙  limpiar-worktrees.sh"];
    OF_DWT [shape=diamond fillcolor="#2B2622" color="#D97757" penwidth=2 label="¿la rama del worktree\nya está mergeada?"];
    OF_BORRA [color="#7FB069" label="🟢  borra el worktree"];
    OF_DEJA [color="#E08E45" label="🟠  déjalo + anota su\npendiente en la bitácora"];

    OF_IN -> OF_1 -> OF_DAUTO;
    OF_DAUTO -> OF_SER  [label="no" color="#E08E45"];
    OF_DAUTO -> OF_DMUT [label="sí"];
    OF_DMUT -> OF_WT   [label="sí"];
    OF_DMUT -> OF_GATE [label="no (read-only)"];
    OF_WT -> OF_GATE;
    OF_WT -> OF_DEPLOY [label="ojo" color="#E08E45" style=dashed];
    OF_GATE -> OF_AG;
    OF_AG -> OF_DVER;
    OF_DVER -> OF_NO     [label="no" color="#C0392B"];
    OF_DVER -> OF_CIERRE [label="sí" color="#7FB069"];
    OF_CIERRE -> OF_WTC;
    OF_WTC -> OF_DWT;
    OF_DWT -> OF_BORRA [label="sí" color="#7FB069"];
    OF_DWT -> OF_DEJA  [label="no" color="#E08E45"];
  }

  // ===================== 📜 NORMAS — el cimiento (el porqué que los flujos hacen cumplir) =====================
  subgraph cluster_normas {
    label="📜 NORMAS · el cimiento   (el porqué; cada flujo de arriba las hace cumplir)";
    labeljust="l"; fontcolor="#7FB069"; fontsize=14; color="#7FB069"; style="rounded"; penwidth=1.6; margin=16;
    node [color="#7FB069" penwidth=2];
-     N_DOD  [label="📜\n🎯  Definición de LISTO\nverde técnico ≠ LISTO (build+tests+memoria es\nnecesario pero NO suficiente): falta (1) QA del\nusuario o (2) su OK expreso de cierre\nproducto INSTALABLE: verde en 1 máquina ≠ LISTO (checklist multi-OS · P3)\n— hecho cumplir en ④ ⑤ ①"];
-     N_GIT  [label="📜\n🌿  Flujo de git\nramita → MR → develop (con squash); main es\nrelease-only; NUNCA push directo a develop/main\nel gate confirmar ≠ «no puedes»: con tu OK, Claude mergea por CLI (P7)\n— hecho cumplir en ① ②"];
-     N_DOC  [label="📜\n🪞  doc = realidad\nal cambiar algo, su doc se actualiza en la MISMA\ntanda (README/memoria/dashboard/comentarios)\n— hecho cumplir en ③"];
-     N_MINI [label="📜\n🌱  Modelo MINI-DEVELOP\nramitas → rama personal/integración por merge\nLOCAL (sin fricción); solo el MR a develop se gatea\n— habilitado en ①"];
-     N_COST [label="📜\n💰  Consentimiento de costo de delegación\ndelegar cuesta por nivel: gratis (local) / incluido\n(ventana 5h) / metered (overage o API externa)\n— hecho cumplir en ⑥"];
-     N_ORQ  [label="📜\n🎼  Orquesta: delega y quédate en el loop\ncon trabajo paralelizable: fan-out + supervisión\n(no grind serial); auto-reporte sin niñera\n— operacionalizada en ⑦"];
-     N_AISL [label="📜\n🧱  Aislamiento de fan-out\ntodo agente que MUTA/commitea corre en worktree\nAISLADO, nunca en el árbol de trabajo compartido\n— hecho cumplir en ② ⑦"];
+     N_DOD  [label="📜\n🎯  Definición de LISTO\nverde técnico ≠ LISTO (build+tests+memoria es\nnecesario pero NO suficiente): falta (1) QA del\nusuario o (2) su OK expreso de cierre\nproducto INSTALABLE: verde en 1 máquina ≠ LISTO (checklist multi-OS · P3)\n— hecho cumplir en ⑤ ⑥ ②"];
+     N_GIT  [label="📜\n🌿  Flujo de git\nramita → MR → develop (con squash); main es\nrelease-only; NUNCA push directo a develop/main\nel gate confirmar ≠ «no puedes»: con tu OK, Claude mergea por CLI (P7)\n— hecho cumplir en ② ③"];
+     N_DOC  [label="📜\n🪞  doc = realidad\nal cambiar algo, su doc se actualiza en la MISMA\ntanda (README/memoria/dashboard/comentarios)\n— hecho cumplir en ④"];
+     N_MINI [label="📜\n🌱  Modelo MINI-DEVELOP\nramitas → rama personal/integración por merge\nLOCAL (sin fricción); solo el MR a develop se gatea\n— habilitado en ②"];
+     N_COST [label="📜\n💰  Consentimiento de costo de delegación\ndelegar cuesta por nivel: gratis (local) / incluido\n(ventana 5h) / metered (overage o API externa)\n— hecho cumplir en ⑦"];
+     N_ORQ  [label="📜\n🎼  Orquesta: delega y quédate en el loop\ncon trabajo paralelizable: fan-out + supervisión\n(no grind serial); auto-reporte sin niñera\n— operacionalizada en ⑧"];
+     N_AISL [label="📜\n🧱  Aislamiento de fan-out\ntodo agente que MUTA/commitea corre en worktree\nAISLADO, nunca en el árbol de trabajo compartido\n— hecho cumplir en ③ ⑧"];
    N_P0   [color="#D97757" penwidth=2.5 style="rounded,filled"
-             label="🛡\nIntegridad de los guardarraíles (P0 · activa)\nClaude NO afloja sus propios candados de supervisión\npara desatorarse; cambiar un control exige el OK\nEXPLÍCITO a cambiar ESE control (≠ el OK a la acción)\n— protege dod-verificar ④ · confirmar/squash/branch ① · proteger-arbol ②"];
+             label="🛡\nIntegridad de los guardarraíles (P0 · activa)\nClaude NO afloja sus propios candados de supervisión\npara desatorarse; cambiar un control exige el OK\nEXPLÍCITO a cambiar ESE control (≠ el OK a la acción)\n— protege dod-verificar ⑤ · confirmar/squash/branch ② · proteger-arbol ③"];
    N_MEC  [label="📜\n🧩  Toda norma nace con su mecanismo (P8)\nuna norma de higiene/cierre SIN hook/gate/paso operativo\n= el usuario es el enforcement → no se cumple sola"];

    N_P0 -> N_DOD [label="protege" style=dashed color="#D97757" fontcolor="#D97757" penwidth=1.4 constraint=false];
    N_P0 -> N_GIT [style=dashed color="#D97757" penwidth=1.4 constraint=false];
    // apila las normas en COLUMNA (invisible: solo rango) para que no se vayan a lo ancho
    edge [style=invis];
    N_TPL  [label="📜\n🧬  Al templatizar: DOMINIO vs regla genérica (P9)\nal derivar un template de un concreto, quita el dominio pero\nCONSERVA las reglas genéricas (diff PORTAR-vs-OK-EXCLUIDO)"];
    N_P0 -> N_DOD -> N_GIT -> N_DOC -> N_MINI -> N_COST -> N_ORQ -> N_AISL -> N_MEC -> N_TPL;
    edge [style=solid];
  }

  // ===================== 🔩 REFERENCIA · lib/skill de stack (sin flujo propio) =====================
  subgraph cluster_ref {
    label="🔩 REFERENCIA · lib/skill de stack (sin flujo propio)";
    labeljust="l"; fontcolor="#8A8A8A"; fontsize=14; color="#8A8A8A"; style="rounded"; penwidth=1.4; margin=14;
    R_COMUN [color="#8A8A8A" fillcolor="#232323" fontcolor="#CFC8C0" penwidth=1.5
-              label="⚙\ndelegacion-comun  (lib)\nclasificación de costo compartida (fuente ÚNICA):\nla usan delegacion-gate Y delegacion-registrar (⑥)"];
+              label="⚙\ndelegacion-comun  (lib)\nclasificación de costo compartida (fuente ÚNICA):\nla usan delegacion-gate Y delegacion-registrar (⑦)"];
    R_NET   [color="#5B8DBF" penwidth=2.5
-              label="💡\nskills .NET (plantilla, específicas de stack)\ncrear-pagina-blazor · migracion-ef · build-produccion ·\nagregar-seed… (usan el ritual cerrar-slice, ⑤)"];
+              label="💡\nskills .NET (plantilla, específicas de stack)\ncrear-pagina-blazor · migracion-ef · build-produccion ·\nagregar-seed… (usan el ritual cerrar-slice, ⑥)"];
    R_COMUN -> R_NET [style=invis];   // apílalos en columna
  }

  // (El acomodo espacial —normas/referencia DEBAJO de los flujos— se hace en yEd; Graphviz solo fija el CONTENIDO.)
  // (Las referencias a 📜 normas / 💡 skills van como TAG de texto DENTRO del nodo que las invoca — ver labels arriba.)

-   // ===== CORRELACIÓN ④↔⑤: la evidencia (1)/(2) que dod-verificar EXIGE es la que cerrar-slice PRODUCE =====
- 
-   // ===== CORRELACIÓN ④↔⑤: la evidencia (1)/(2) que dod-verificar EXIGE es la que cerrar-slice PRODUCE =====
+   // ===== CORRELACIÓN ⑤↔⑥: la evidencia (1)/(2) que dod-verificar EXIGE es la que cerrar-slice PRODUCE =====
+ 
+   // ===== CORRELACIÓN ⑤↔⑥: la evidencia (1)/(2) que dod-verificar EXIGE es la que cerrar-slice PRODUCE =====
  // (adyacentes por el orden de familia → conector corto; constraint=false para no alterar el layout)
  C3 -> G2_D4 [dir=both color="#D97757" style=dashed penwidth=1.4 constraint=false
-                label="misma evidencia (1)/(2):\n⑤ la produce · ④ la exige"];
+                label="misma evidencia (1)/(2):\n⑥ la produce · ⑤ la exige"];
}
